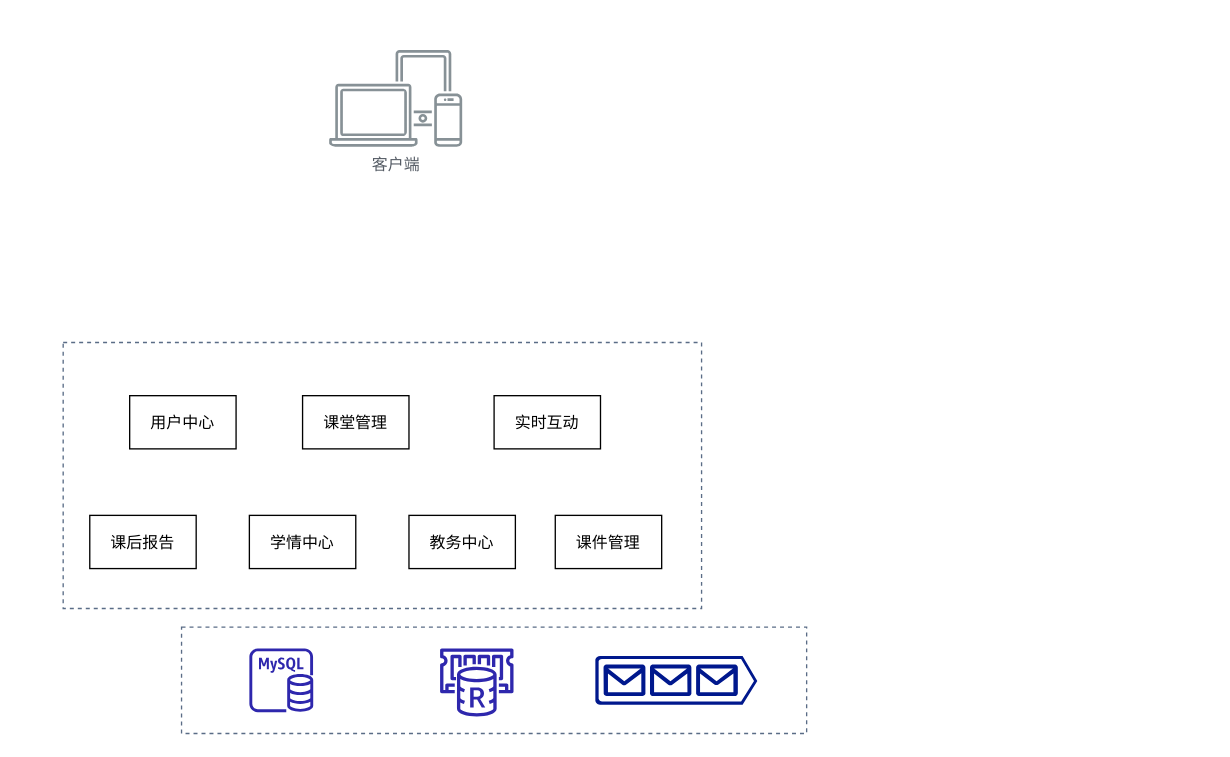
Above: wisroom.drawio in idamiaoo/draw (draw.io), before the change. Source tidied: cells renumbered, new cells numbered last; positions are measured from the earlier drawing's top-left corner, leaving out a move shared by most shapes. Both pictures are drawn from the tidied source at 133%, with x=0, y=0 at pixel (63, 49).
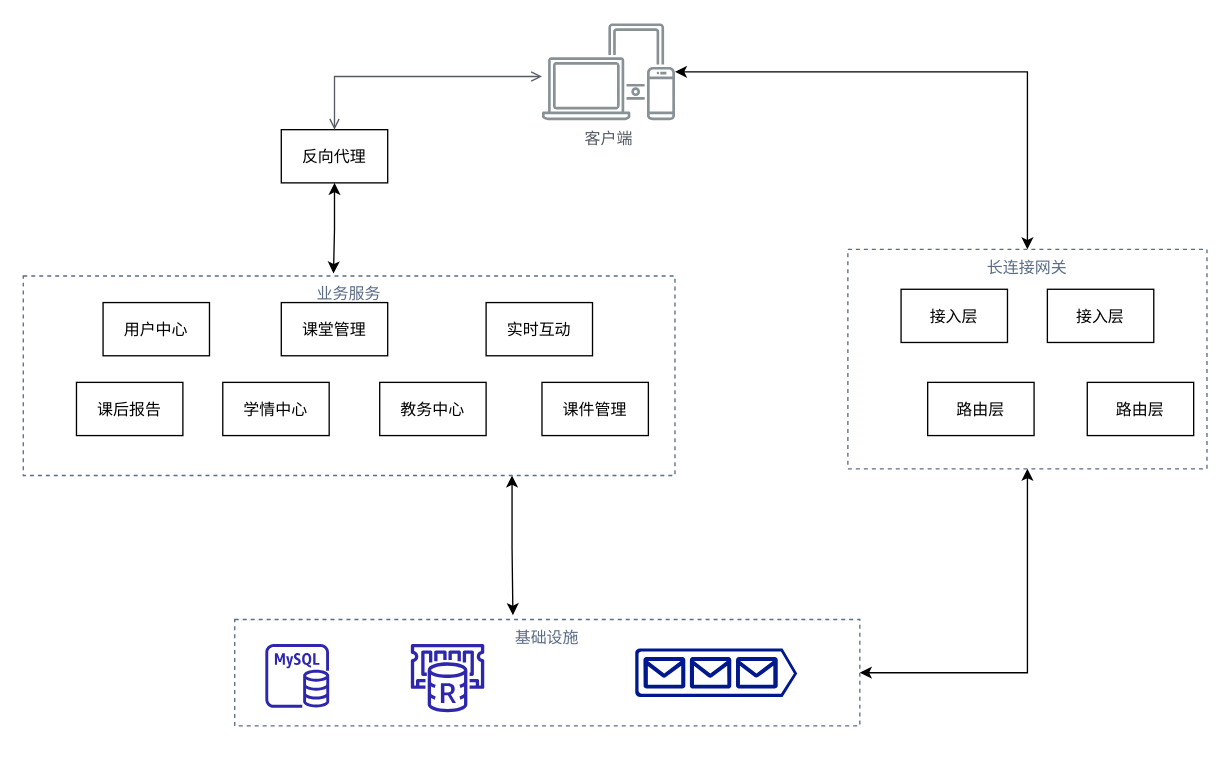
Above is the later version.

The edit, as a diff of the source:
```diff
@@
+    <mxCell id="12" value="基础设施" style="fillColor=none;strokeColor=#5A6C86;dashed=1;verticalAlign=top;fontStyle=0;fontColor=#5A6C86;" parent="1" vertex="1">
+      <mxGeometry x="129" y="428.3" width="470" height="80" as="geometry" />
+    </mxCell>
+    <mxCell id="15" style="edgeStyle=orthogonalEdgeStyle;rounded=0;jettySize=auto;html=1;exitX=0.75;exitY=1;exitDx=0;exitDy=0;entryX=0.445;entryY=-0.041;entryDx=0;entryDy=0;entryPerimeter=0;startArrow=classic;startFill=1;" parent="1" edge="1" source="11" target="12">
+      <mxGeometry relative="1" as="geometry" />
+    </mxCell>
+    <mxCell id="11" value="业务服务" style="fillColor=none;strokeColor=#5A6C86;dashed=1;verticalAlign=top;fontStyle=0;fontColor=#5A6C86;" parent="1" vertex="1">
+      <mxGeometry x="-30" y="170" width="490" height="150" as="geometry" />
+    </mxCell>
     <mxCell id="2" style="sketch=0;fontColor=#232F3E;gradientColor=none;fillColor=#2E27AD;strokeColor=none;dashed=0;verticalLabelPosition=bottom;verticalAlign=top;align=center;html=1;fontSize=12;fontStyle=0;shape=mxgraph.aws4.rds_mysql_instance;" parent="1" vertex="1">
-      <mxGeometry x="140" y="450" width="48" height="48" as="geometry" />
+      <mxGeometry x="152" y="446.7" width="48" height="48" as="geometry" />
     </mxCell>
     <mxCell id="3" style="sketch=0;fontColor=#232F3E;gradientColor=none;fillColor=#2E27AD;strokeColor=none;dashed=0;verticalLabelPosition=bottom;verticalAlign=top;align=center;html=1;fontSize=12;fontStyle=0;shape=mxgraph.aws4.elasticache_for_redis;" parent="1" vertex="1">
-      <mxGeometry x="282" y="450" width="58" height="51.3" as="geometry" />
+      <mxGeometry x="260" y="446.7" width="58" height="51.3" as="geometry" />
     </mxCell>
-    <mxCell id="4" value="用户中心" style="fontStyle=0;" parent="1" vertex="1">
-      <mxGeometry x="50" y="260" width="80" height="40" as="geometry" />
-    </mxCell>
     <mxCell id="5" value="课堂管理" style="fontStyle=0;" parent="1" vertex="1">
-      <mxGeometry x="180" y="260" width="80" height="40" as="geometry" />
+      <mxGeometry x="164" y="190" width="80" height="40" as="geometry" />
     </mxCell>
     <mxCell id="6" value="学情中心" style="fontStyle=0;" parent="1" vertex="1">
-      <mxGeometry x="140" y="350" width="80" height="40" as="geometry" />
+      <mxGeometry x="120" y="250" width="80" height="40" as="geometry" />
     </mxCell>
     <mxCell id="7" value="课后报告" style="fontStyle=0;" parent="1" vertex="1">
-      <mxGeometry x="20" y="350" width="80" height="40" as="geometry" />
+      <mxGeometry x="10" y="250" width="80" height="40" as="geometry" />
     </mxCell>
     <mxCell id="8" value="实时互动" style="fontStyle=0;" parent="1" vertex="1">
-      <mxGeometry x="324" y="260" width="80" height="40" as="geometry" />
+      <mxGeometry x="318" y="190" width="80" height="40" as="geometry" />
     </mxCell>
     <mxCell id="9" value="教务中心" style="fontStyle=0;" parent="1" vertex="1">
-      <mxGeometry x="260" y="350" width="80" height="40" as="geometry" />
+      <mxGeometry x="238" y="250" width="80" height="40" as="geometry" />
     </mxCell>
     <mxCell id="10" value="课件管理" style="fontStyle=0;" parent="1" vertex="1">
-      <mxGeometry x="370" y="350" width="80" height="40" as="geometry" />
+      <mxGeometry x="360" y="250" width="80" height="40" as="geometry" />
     </mxCell>
-    <mxCell id="11" style="fillColor=none;strokeColor=#5A6C86;dashed=1;verticalAlign=top;fontStyle=0;fontColor=#5A6C86;" parent="1" vertex="1">
-      <mxGeometry y="220" width="480" height="200" as="geometry" />
-    </mxCell>
-    <mxCell id="12" style="fillColor=none;strokeColor=#5A6C86;dashed=1;verticalAlign=top;fontStyle=0;fontColor=#5A6C86;" parent="1" vertex="1">
-      <mxGeometry x="89" y="434" width="470" height="80" as="geometry" />
-    </mxCell>
+    <mxCell id="16" style="edgeStyle=orthogonalEdgeStyle;rounded=0;jettySize=auto;html=1;entryX=0.5;entryY=0;entryDx=0;entryDy=0;startArrow=classic;startFill=1;" parent="1" edge="1" source="13" target="25">
+      <mxGeometry relative="1" as="geometry" />
+    </mxCell>
     <mxCell id="13" value="客户端" style="sketch=0;outlineConnect=0;gradientColor=none;fontColor=#545B64;strokeColor=none;fillColor=#879196;dashed=0;verticalLabelPosition=bottom;verticalAlign=top;align=center;html=1;fontSize=12;fontStyle=0;shape=mxgraph.aws4.illustration_devices;" parent="1" vertex="1">
-      <mxGeometry x="200" width="100" height="73" as="geometry" />
+      <mxGeometry x="360" y="-20" width="100" height="73" as="geometry" />
     </mxCell>
     <mxCell id="14" style="sketch=0;shadow=0;dashed=0;html=1;strokeColor=none;labelPosition=center;verticalLabelPosition=bottom;verticalAlign=top;align=center;fillColor=#00188D;shape=mxgraph.azure.queue_generic;" parent="1" vertex="1">
-      <mxGeometry x="400" y="455.7" width="121.9" height="36.6" as="geometry" />
+      <mxGeometry x="430" y="450" width="121.9" height="36.6" as="geometry" />
     </mxCell>
+    <mxCell id="17" style="edgeStyle=orthogonalEdgeStyle;rounded=0;jettySize=auto;html=1;entryX=1;entryY=0.5;entryDx=0;entryDy=0;startArrow=classic;startFill=1;exitX=0.5;exitY=1;exitDx=0;exitDy=0;" parent="1" edge="1" source="25" target="12">
+      <mxGeometry relative="1" as="geometry" />
+    </mxCell>
+    <mxCell id="18" style="rounded=0;jettySize=auto;html=1;entryX=0.476;entryY=-0.013;entryDx=0;entryDy=0;entryPerimeter=0;edgeStyle=orthogonalEdgeStyle;startArrow=classic;startFill=1;" parent="1" edge="1" source="19" target="11">
+      <mxGeometry relative="1" as="geometry" />
+    </mxCell>
+    <mxCell id="19" value="反向代理" style="fontStyle=0;" parent="1" vertex="1">
+      <mxGeometry x="164" y="60" width="80" height="40" as="geometry" />
+    </mxCell>
+    <mxCell id="20" style="edgeStyle=orthogonalEdgeStyle;html=1;endArrow=open;elbow=vertical;startArrow=open;startFill=0;endFill=0;strokeColor=#545B64;rounded=0;exitX=0.5;exitY=0;exitDx=0;exitDy=0;" parent="1" edge="1" source="19" target="13">
+      <mxGeometry relative="1" as="geometry">
+        <Array as="points">
+          <mxPoint x="204" y="20" />
+        </Array>
+      </mxGeometry>
+    </mxCell>
+    <mxCell id="4" value="用户中心" style="fontStyle=0;" parent="1" vertex="1">
+      <mxGeometry x="30" y="190" width="80" height="40" as="geometry" />
+    </mxCell>
+    <mxCell id="21" value="接入层" style="fontStyle=0;" parent="1" vertex="1">
+      <mxGeometry x="630" y="180" width="80" height="40" as="geometry" />
+    </mxCell>
+    <mxCell id="22" value="接入层" style="fontStyle=0;" parent="1" vertex="1">
+      <mxGeometry x="740" y="180" width="80" height="40" as="geometry" />
+    </mxCell>
+    <mxCell id="23" value="路由层" style="fontStyle=0;" parent="1" vertex="1">
+      <mxGeometry x="650" y="250" width="80" height="40" as="geometry" />
+    </mxCell>
+    <mxCell id="24" value="路由层" style="fontStyle=0;" parent="1" vertex="1">
+      <mxGeometry x="770" y="250" width="80" height="40" as="geometry" />
+    </mxCell>
+    <mxCell id="25" value="长连接网关" style="fillColor=none;strokeColor=#5A6C86;dashed=1;verticalAlign=top;fontStyle=0;fontColor=#5A6C86;" parent="1" vertex="1">
+      <mxGeometry x="590" y="150" width="270" height="165" as="geometry" />
+    </mxCell>
```
